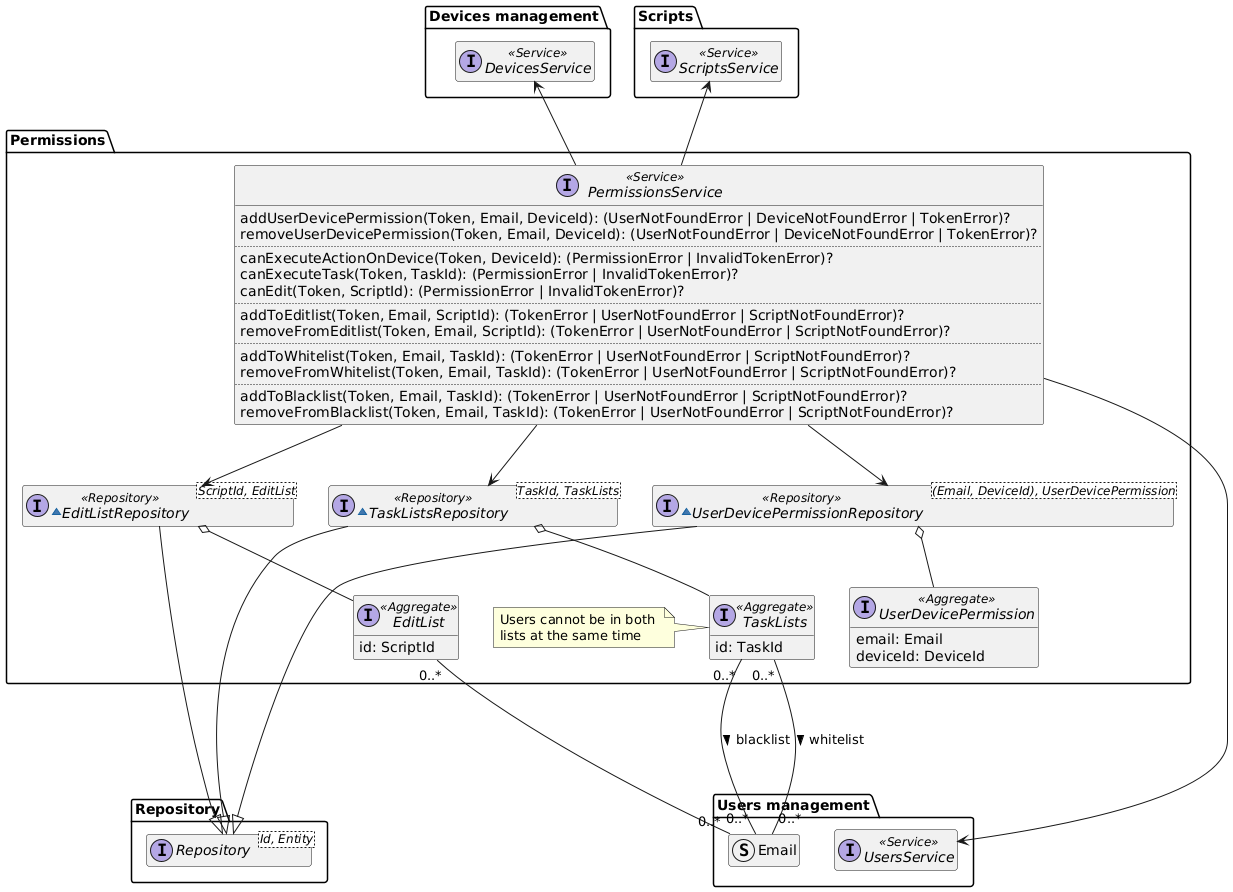
Before: diagrams/generated/permissions-domain-model.png, a diagram exported from PlantUML (DomoticASW/.github).
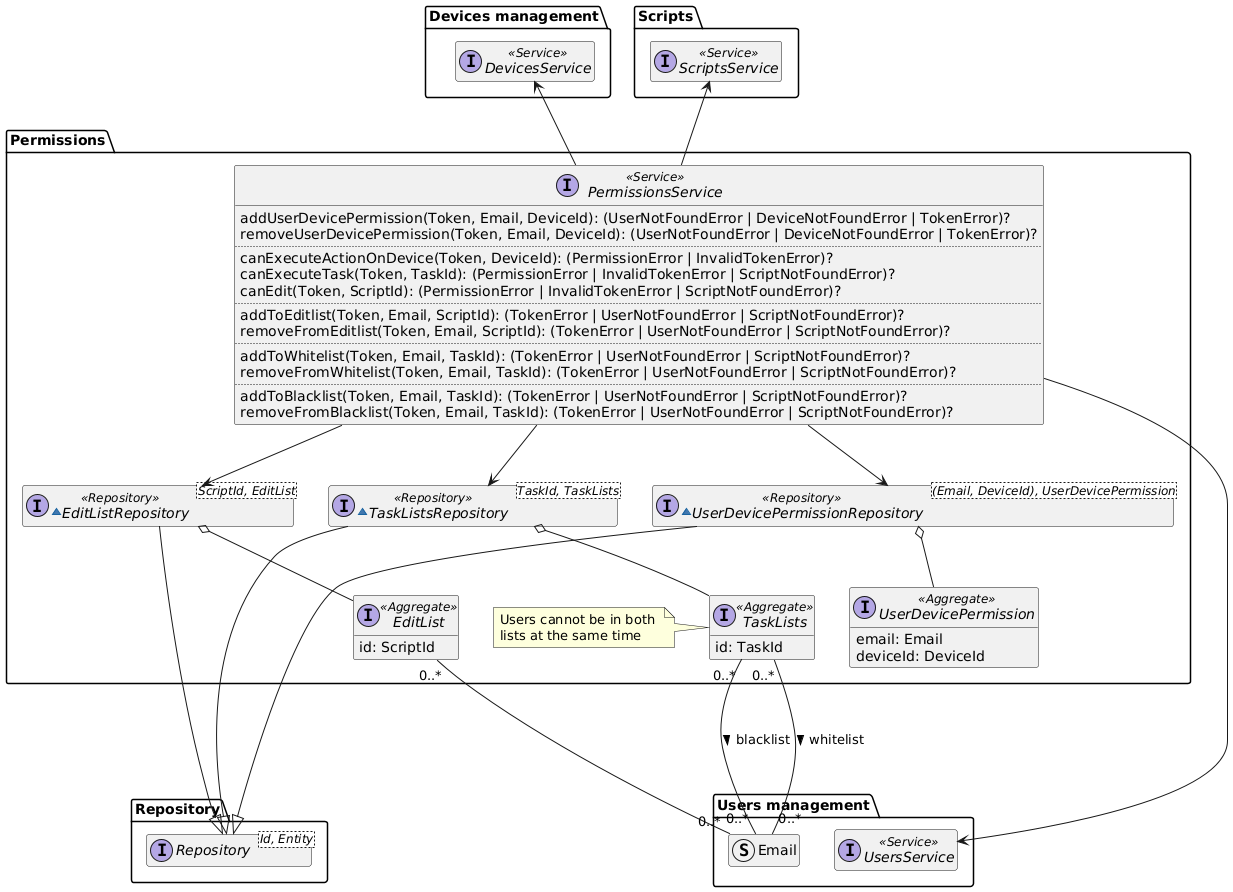
Above is the later version.

What changed in the source:
```diff
@@ -24,8 +24,8 @@
         removeUserDevicePermission(Token, Email, DeviceId): (UserNotFoundError | DeviceNotFoundError | TokenError)?
         ..
         canExecuteActionOnDevice(Token, DeviceId): (PermissionError | InvalidTokenError)?
-        canExecuteTask(Token, TaskId): (PermissionError | InvalidTokenError)?
-        canEdit(Token, ScriptId): (PermissionError | InvalidTokenError)?
+        canExecuteTask(Token, TaskId): (PermissionError | InvalidTokenError | ScriptNotFoundError)?
+        canEdit(Token, ScriptId): (PermissionError | InvalidTokenError | ScriptNotFoundError)?
         ..
         addToEditlist(Token, Email, ScriptId): (TokenError | UserNotFoundError | ScriptNotFoundError)?
         removeFromEditlist(Token, Email, ScriptId): (TokenError | UserNotFoundError | ScriptNotFoundError)?
```
